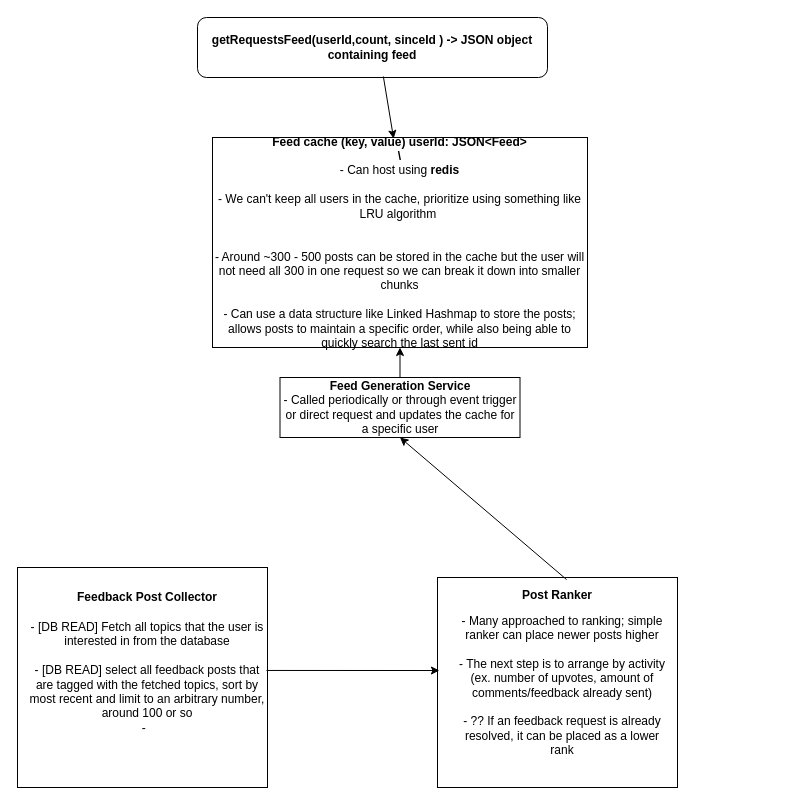
Before: Design Docs/backend/request_feed_generation.drawio in MohamedBengezi/Lift, a draw.io diagram. Source tidied: cells renumbered, new cells numbered last; positions are measured from the earlier drawing's top-left corner, leaving out a move shared by most shapes. Both pictures are drawn from the tidied source at 100%, with x=0, y=0 at pixel (17, 17).
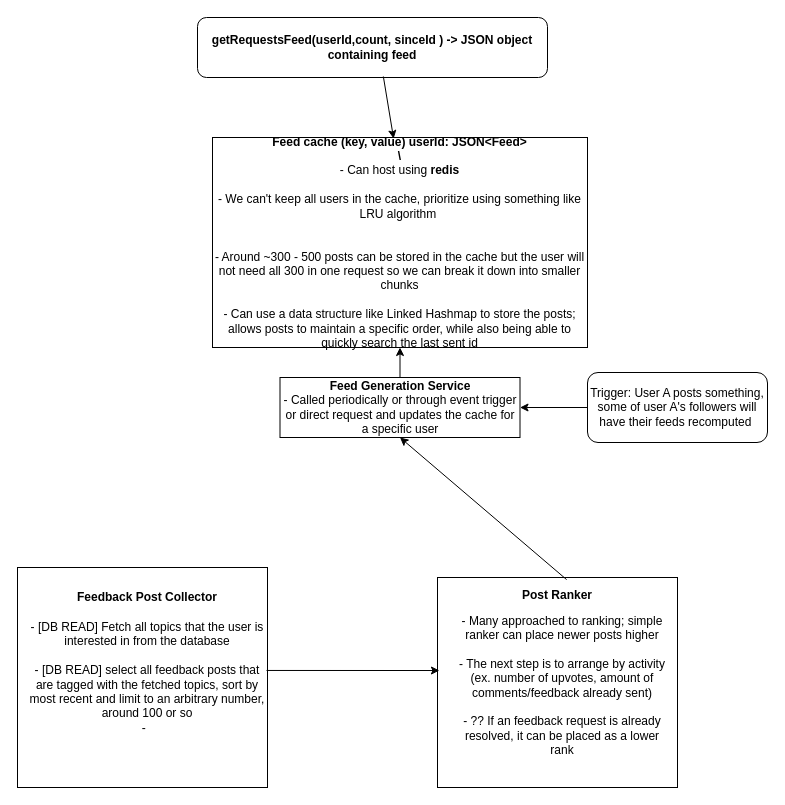
Above is the later version.

Commit message:
add trigger to feed generation

Diff of the diagram source:
```diff
@@
 <mxGraphModel>
   <root>
     <mxCell id="0" />
     <mxCell id="1" parent="0" />
     <mxCell id="2" value="&lt;b&gt;getRequestsFeed(userId,count, sinceId ) -&amp;gt; JSON object containing feed&lt;/b&gt;" style="rounded=1;whiteSpace=wrap;html=1;" parent="1" vertex="1">
       <mxGeometry x="180" width="350" height="60" as="geometry" />
     </mxCell>
     <mxCell id="3" style="endArrow=classic;html=1;exitX=0.531;exitY=0.983;exitDx=0;exitDy=0;exitPerimeter=0;entryX=0.483;entryY=0.005;entryDx=0;entryDy=0;entryPerimeter=0;" parent="1" edge="1" source="2" target="4">
       <mxGeometry relative="1" as="geometry" />
     </mxCell>
     <mxCell id="4" value="&lt;b&gt;Feed cache (key, value) userId: JSON&amp;lt;Feed&amp;gt;&lt;/b&gt;&lt;br&gt;&lt;b&gt;\&lt;/b&gt;&lt;br&gt;- Can host using &lt;b&gt;redis&lt;/b&gt;&lt;br&gt;&lt;br&gt;- We can't keep all users in the cache, prioritize using something like LRU algorithm&amp;nbsp;&lt;br&gt;&lt;br&gt;&lt;br&gt;- Around ~300 - 500 posts can be stored in the cache but the user will not need all 300 in one request so we can break it down into smaller chunks&lt;br&gt;&lt;br&gt;- Can use a data structure like Linked Hashmap to store the posts; allows posts to maintain a specific order, while also being able to quickly search the last sent id" style="rounded=0;whiteSpace=wrap;html=1;" parent="1" vertex="1">
       <mxGeometry x="195" y="120" width="375" height="210" as="geometry" />
     </mxCell>
     <mxCell id="5" value="&lt;b&gt;Feed Generation Service&lt;br&gt;&lt;/b&gt;- Called periodically or through event trigger or direct request and updates the cache for a specific user" style="rounded=0;whiteSpace=wrap;html=1;" parent="1" vertex="1">
       <mxGeometry x="262.5" y="360" width="240" height="60" as="geometry" />
     </mxCell>
     <mxCell id="6" style="endArrow=classic;html=1;entryX=0.5;entryY=1;entryDx=0;entryDy=0;exitX=0.5;exitY=0;exitDx=0;exitDy=0;" parent="1" edge="1" source="5" target="4">
       <mxGeometry relative="1" as="geometry" />
     </mxCell>
     <mxCell id="7" style="rounded=0;whiteSpace=wrap;html=1;" parent="1" vertex="1">
       <mxGeometry y="550" width="250" height="220" as="geometry" />
     </mxCell>
     <mxCell id="8" value="&lt;b&gt;Feedback Post Collector&lt;/b&gt;" style="text;html=1;strokeColor=none;fillColor=none;align=center;verticalAlign=middle;whiteSpace=wrap;rounded=0;" parent="1" vertex="1">
       <mxGeometry x="50" y="570" width="160" height="20" as="geometry" />
     </mxCell>
     <mxCell id="9" value="- [DB READ] Fetch all topics that the user is interested in from the database&lt;br&gt;&lt;br&gt;- [DB READ] select all feedback posts that are tagged with the fetched topics, sort by most recent and limit to an arbitrary number, around 100 or so&lt;br&gt;-&amp;nbsp;&amp;nbsp;" style="text;html=1;strokeColor=none;fillColor=none;align=center;verticalAlign=middle;whiteSpace=wrap;rounded=0;" parent="1" vertex="1">
       <mxGeometry x="10" y="605" width="240" height="110" as="geometry" />
     </mxCell>
     <mxCell id="10" style="rounded=0;whiteSpace=wrap;html=1;" parent="1" vertex="1">
       <mxGeometry x="420" y="560" width="240" height="210" as="geometry" />
     </mxCell>
     <mxCell id="11" value="&lt;b&gt;Post Ranker&lt;/b&gt;" style="text;html=1;strokeColor=none;fillColor=none;align=center;verticalAlign=middle;whiteSpace=wrap;rounded=0;" parent="1" vertex="1">
       <mxGeometry x="465" y="570" width="150" height="15" as="geometry" />
     </mxCell>
     <mxCell id="12" style="endArrow=classic;html=1;exitX=0.996;exitY=0.436;exitDx=0;exitDy=0;exitPerimeter=0;entryX=0.008;entryY=0.443;entryDx=0;entryDy=0;entryPerimeter=0;" parent="1" edge="1" source="9" target="10">
       <mxGeometry relative="1" as="geometry" />
     </mxCell>
     <mxCell id="13" value="- Many approached to ranking; simple ranker can place newer posts higher&lt;br&gt;&lt;br&gt;- The next step is to arrange by activity (ex. number of upvotes, amount of comments/feedback already sent)&lt;br&gt;&lt;br&gt;- ?? If an feedback request is already resolved, it can be placed as a lower rank" style="text;html=1;strokeColor=none;fillColor=none;align=center;verticalAlign=middle;whiteSpace=wrap;rounded=0;" parent="1" vertex="1">
       <mxGeometry x="440" y="595" width="210" height="145" as="geometry" />
     </mxCell>
     <mxCell id="14" style="endArrow=classic;html=1;exitX=0.538;exitY=0.01;exitDx=0;exitDy=0;exitPerimeter=0;entryX=0.5;entryY=1;entryDx=0;entryDy=0;" parent="1" edge="1" source="10" target="5">
       <mxGeometry relative="1" as="geometry" />
     </mxCell>
+    <mxCell id="15" value="Trigger: User A posts something, some of user A's followers will have their feeds recomputed&amp;nbsp;" style="rounded=1;whiteSpace=wrap;html=1;" parent="1" vertex="1">
+      <mxGeometry x="570" y="355" width="180" height="70" as="geometry" />
+    </mxCell>
+    <mxCell id="16" style="endArrow=classic;html=1;exitX=0;exitY=0.5;exitDx=0;exitDy=0;entryX=1;entryY=0.5;entryDx=0;entryDy=0;" parent="1" edge="1" source="15" target="5">
+      <mxGeometry relative="1" as="geometry" />
+    </mxCell>
   </root>
 </mxGraphModel>
```
